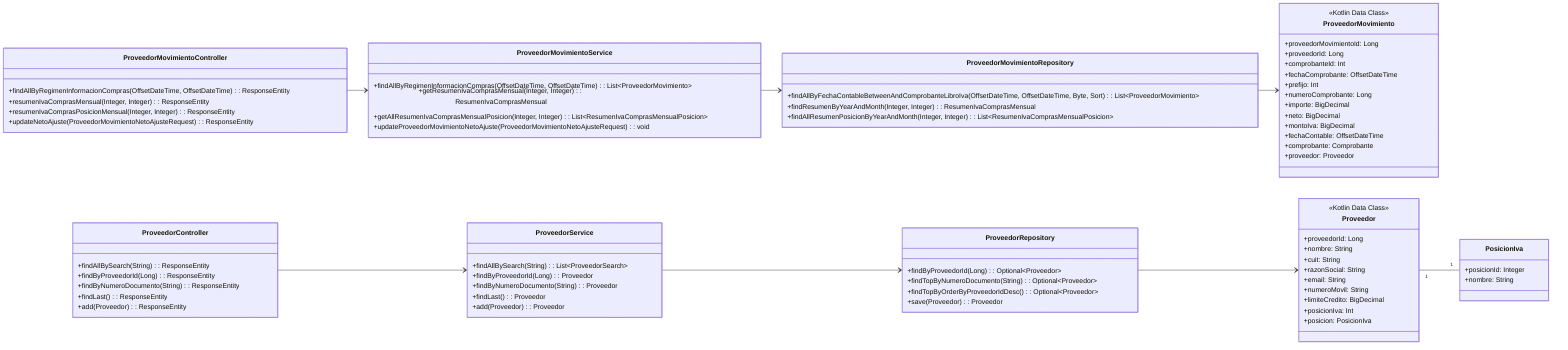
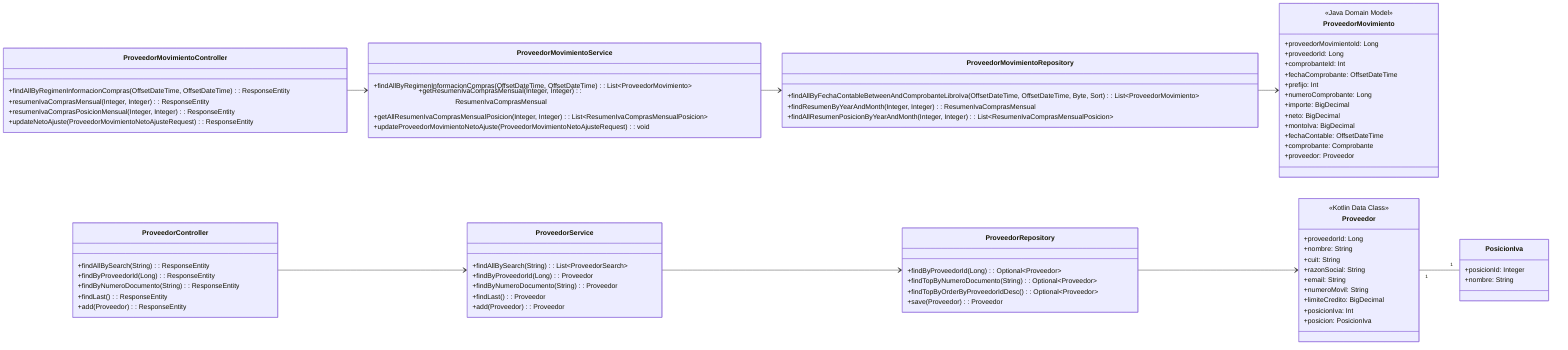
classDiagram
    direction LR

    class ProveedorController {
        +findAllBySearch(String): ResponseEntity
        +findByProveedorId(Long): ResponseEntity
        +findByNumeroDocumento(String): ResponseEntity
        +findLast(): ResponseEntity
        +add(Proveedor): ResponseEntity
    }

    class ProveedorService {
        +findAllBySearch(String): List~ProveedorSearch~
        +findByProveedorId(Long): Proveedor
        +findByNumeroDocumento(String): Proveedor
        +findLast(): Proveedor
        +add(Proveedor): Proveedor
    }

    class ProveedorMovimientoController {
        +findAllByRegimenInformacionCompras(OffsetDateTime, OffsetDateTime): ResponseEntity
        +resumenIvaComprasMensual(Integer, Integer): ResponseEntity
        +resumenIvaComprasPosicionMensual(Integer, Integer): ResponseEntity
        +updateNetoAjuste(ProveedorMovimientoNetoAjusteRequest): ResponseEntity
    }

    class ProveedorMovimientoService {
        +findAllByRegimenInformacionCompras(OffsetDateTime, OffsetDateTime): List~ProveedorMovimiento~
        +getResumenIvaComprasMensual(Integer, Integer): ResumenIvaComprasMensual
        +getAllResumenIvaComprasMensualPosicion(Integer, Integer): List~ResumenIvaComprasMensualPosicion~
        +updateProveedorMovimientoNetoAjuste(ProveedorMovimientoNetoAjusteRequest): void
    }

    class ProveedorRepository {
        +findByProveedorId(Long): Optional~Proveedor~
        +findTopByNumeroDocumento(String): Optional~Proveedor~
        +findTopByOrderByProveedorIdDesc(): Optional~Proveedor~
        +save(Proveedor): Proveedor
    }

    class ProveedorMovimientoRepository {
        +findAllByFechaContableBetweenAndComprobanteLibroIva(OffsetDateTime, OffsetDateTime, Byte, Sort): List~ProveedorMovimiento~
        +findResumenByYearAndMonth(Integer, Integer): ResumenIvaComprasMensual
        +findAllResumenPosicionByYearAndMonth(Integer, Integer): List~ResumenIvaComprasMensualPosicion~
    }

    class ProveedorMovimiento {
-         <<Kotlin Data Class>>
+         <<Java Domain Model>>
        +proveedorMovimientoId: Long
        +proveedorId: Long
        +comprobanteId: Int
        +fechaComprobante: OffsetDateTime
        +prefijo: Int
        +numeroComprobante: Long
        +importe: BigDecimal
        +neto: BigDecimal
        +montoIva: BigDecimal
        +fechaContable: OffsetDateTime
        +comprobante: Comprobante
        +proveedor: Proveedor
    }

    class Proveedor {
        <<Kotlin Data Class>>
        +proveedorId: Long
        +nombre: String
        +cuit: String
        +razonSocial: String
        +email: String
        +numeroMovil: String
        +limiteCredito: BigDecimal
        +posicionIva: Int
        +posicion: PosicionIva
    }

    class PosicionIva {
        +posicionId: Integer
        +nombre: String
    }

    ProveedorController --> ProveedorService
    ProveedorService --> ProveedorRepository
    ProveedorRepository --> Proveedor
    Proveedor "1" -- "1" PosicionIva

    ProveedorMovimientoController --> ProveedorMovimientoService
    ProveedorMovimientoService --> ProveedorMovimientoRepository
    ProveedorMovimientoRepository --> ProveedorMovimiento